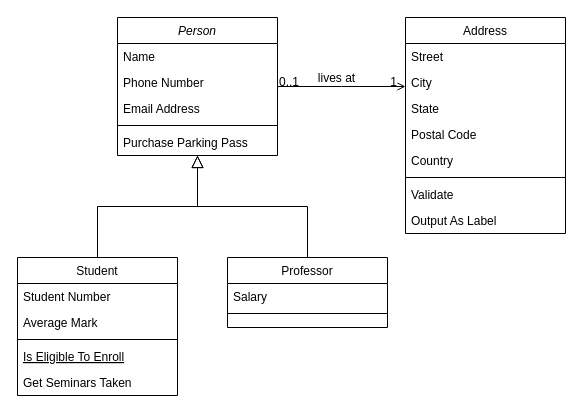
This is Untitled Diagram.drawio from KovalevichArtjom/rovensys, a draw.io file, before an edit. Source tidied: cells renumbered, new cells numbered last; positions are measured from the earlier drawing's top-left corner, leaving out a move shared by most shapes. Both pictures are drawn from the tidied source at 100%, with x=0, y=0 at pixel (17, 17).
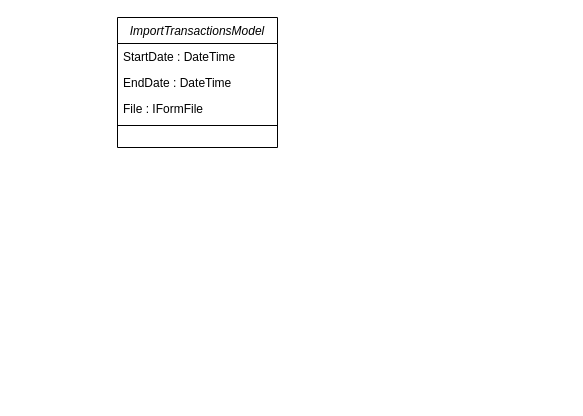
After the change.

Diff of the diagram source:
```diff
@@
-    <mxCell id="2" value="Person" style="swimlane;fontStyle=2;align=center;verticalAlign=top;horizontal=1;startSize=26;rounded=0;shadow=0;strokeWidth=1;" parent="1" vertex="1">
-      <mxGeometry x="100" width="160" height="138" as="geometry" />
+    <mxCell id="2" value="ImportTransactionsModel" style="swimlane;fontStyle=2;align=center;verticalAlign=top;horizontal=1;startSize=26;rounded=0;shadow=0;strokeWidth=1;" parent="1" vertex="1">
+      <mxGeometry x="100" width="160" height="130" as="geometry" />
     </mxCell>
-    <mxCell id="3" value="Name" style="text;align=left;verticalAlign=top;spacingLeft=4;spacingRight=4;overflow=hidden;" parent="2" vertex="1">
+    <mxCell id="3" value="StartDate : DateTime" style="text;align=left;verticalAlign=top;spacingLeft=4;spacingRight=4;overflow=hidden;" parent="2" vertex="1">
       <mxGeometry y="26" width="160" height="26" as="geometry" />
     </mxCell>
-    <mxCell id="4" value="Phone Number" style="text;align=left;verticalAlign=top;spacingLeft=4;spacingRight=4;overflow=hidden;rounded=0;shadow=0;html=0;" parent="2" vertex="1">
+    <mxCell id="4" value="EndDate : DateTime" style="text;align=left;verticalAlign=top;spacingLeft=4;spacingRight=4;overflow=hidden;rounded=0;shadow=0;html=0;" parent="2" vertex="1">
       <mxGeometry y="52" width="160" height="26" as="geometry" />
     </mxCell>
-    <mxCell id="5" value="Email Address" style="text;align=left;verticalAlign=top;spacingLeft=4;spacingRight=4;overflow=hidden;rounded=0;shadow=0;html=0;" parent="2" vertex="1">
+    <mxCell id="5" value="File : IFormFile" style="text;align=left;verticalAlign=top;spacingLeft=4;spacingRight=4;overflow=hidden;rounded=0;shadow=0;html=0;" parent="2" vertex="1">
       <mxGeometry y="78" width="160" height="26" as="geometry" />
     </mxCell>
@@
-    <mxCell id="7" value="Purchase Parking Pass" style="text;align=left;verticalAlign=top;spacingLeft=4;spacingRight=4;overflow=hidden;" parent="2" vertex="1">
-      <mxGeometry y="112" width="160" height="26" as="geometry" />
-    </mxCell>
-    <mxCell id="8" value="Student" style="swimlane;fontStyle=0;align=center;verticalAlign=top;horizontal=1;startSize=26;rounded=0;shadow=0;strokeWidth=1;" parent="1" vertex="1">
-      <mxGeometry y="240" width="160" height="138" as="geometry" />
-    </mxCell>
-    <mxCell id="9" value="Student Number" style="text;align=left;verticalAlign=top;spacingLeft=4;spacingRight=4;overflow=hidden;" parent="8" vertex="1">
-      <mxGeometry y="26" width="160" height="26" as="geometry" />
-    </mxCell>
-    <mxCell id="10" value="Average Mark" style="text;align=left;verticalAlign=top;spacingLeft=4;spacingRight=4;overflow=hidden;rounded=0;shadow=0;html=0;" parent="8" vertex="1">
-      <mxGeometry y="52" width="160" height="26" as="geometry" />
-    </mxCell>
-    <mxCell id="11" style="line;html=1;strokeWidth=1;align=left;verticalAlign=middle;spacingTop=-1;spacingLeft=3;spacingRight=3;labelPosition=right;" parent="8" vertex="1">
-      <mxGeometry y="78" width="160" height="8" as="geometry" />
-    </mxCell>
-    <mxCell id="12" value="Is Eligible To Enroll" style="text;align=left;verticalAlign=top;spacingLeft=4;spacingRight=4;overflow=hidden;fontStyle=4;" parent="8" vertex="1">
-      <mxGeometry y="86" width="160" height="26" as="geometry" />
-    </mxCell>
-    <mxCell id="13" value="Get Seminars Taken" style="text;align=left;verticalAlign=top;spacingLeft=4;spacingRight=4;overflow=hidden;" parent="8" vertex="1">
-      <mxGeometry y="112" width="160" height="26" as="geometry" />
-    </mxCell>
-    <mxCell id="14" style="endArrow=block;endSize=10;endFill=0;shadow=0;strokeWidth=1;rounded=0;edgeStyle=elbowEdgeStyle;elbow=vertical;" parent="1" edge="1" source="8" target="2">
-      <mxGeometry relative="1" as="geometry" />
-    </mxCell>
-    <mxCell id="15" value="Professor" style="swimlane;fontStyle=0;align=center;verticalAlign=top;horizontal=1;startSize=26;rounded=0;shadow=0;strokeWidth=1;" parent="1" vertex="1">
-      <mxGeometry x="210" y="240" width="160" height="70" as="geometry" />
-    </mxCell>
-    <mxCell id="16" value="Salary" style="text;align=left;verticalAlign=top;spacingLeft=4;spacingRight=4;overflow=hidden;" parent="15" vertex="1">
-      <mxGeometry y="26" width="160" height="26" as="geometry" />
-    </mxCell>
-    <mxCell id="17" style="line;html=1;strokeWidth=1;align=left;verticalAlign=middle;spacingTop=-1;spacingLeft=3;spacingRight=3;labelPosition=right;" parent="15" vertex="1">
-      <mxGeometry y="52" width="160" height="8" as="geometry" />
-    </mxCell>
-    <mxCell id="18" style="endArrow=block;endSize=10;endFill=0;shadow=0;strokeWidth=1;rounded=0;edgeStyle=elbowEdgeStyle;elbow=vertical;" parent="1" edge="1" source="15" target="2">
-      <mxGeometry relative="1" as="geometry" />
-    </mxCell>
-    <mxCell id="19" value="Address" style="swimlane;fontStyle=0;align=center;verticalAlign=top;horizontal=1;startSize=26;rounded=0;shadow=0;strokeWidth=1;" parent="1" vertex="1">
-      <mxGeometry x="388" width="160" height="216" as="geometry" />
-    </mxCell>
-    <mxCell id="20" value="Street" style="text;align=left;verticalAlign=top;spacingLeft=4;spacingRight=4;overflow=hidden;" parent="19" vertex="1">
-      <mxGeometry y="26" width="160" height="26" as="geometry" />
-    </mxCell>
-    <mxCell id="21" value="City" style="text;align=left;verticalAlign=top;spacingLeft=4;spacingRight=4;overflow=hidden;rounded=0;shadow=0;html=0;" parent="19" vertex="1">
-      <mxGeometry y="52" width="160" height="26" as="geometry" />
-    </mxCell>
-    <mxCell id="22" value="State" style="text;align=left;verticalAlign=top;spacingLeft=4;spacingRight=4;overflow=hidden;rounded=0;shadow=0;html=0;" parent="19" vertex="1">
-      <mxGeometry y="78" width="160" height="26" as="geometry" />
-    </mxCell>
-    <mxCell id="23" value="Postal Code" style="text;align=left;verticalAlign=top;spacingLeft=4;spacingRight=4;overflow=hidden;rounded=0;shadow=0;html=0;" parent="19" vertex="1">
-      <mxGeometry y="104" width="160" height="26" as="geometry" />
-    </mxCell>
-    <mxCell id="24" value="Country" style="text;align=left;verticalAlign=top;spacingLeft=4;spacingRight=4;overflow=hidden;rounded=0;shadow=0;html=0;" parent="19" vertex="1">
-      <mxGeometry y="130" width="160" height="26" as="geometry" />
-    </mxCell>
-    <mxCell id="25" style="line;html=1;strokeWidth=1;align=left;verticalAlign=middle;spacingTop=-1;spacingLeft=3;spacingRight=3;labelPosition=right;" parent="19" vertex="1">
-      <mxGeometry y="156" width="160" height="8" as="geometry" />
-    </mxCell>
-    <mxCell id="26" value="Validate" style="text;align=left;verticalAlign=top;spacingLeft=4;spacingRight=4;overflow=hidden;" parent="19" vertex="1">
-      <mxGeometry y="164" width="160" height="26" as="geometry" />
-    </mxCell>
-    <mxCell id="27" value="Output As Label" style="text;align=left;verticalAlign=top;spacingLeft=4;spacingRight=4;overflow=hidden;" parent="19" vertex="1">
-      <mxGeometry y="190" width="160" height="26" as="geometry" />
-    </mxCell>
-    <mxCell id="28" style="endArrow=open;shadow=0;strokeWidth=1;rounded=0;endFill=1;edgeStyle=elbowEdgeStyle;elbow=vertical;" parent="1" edge="1" source="2" target="19">
-      <mxGeometry x="0.5" y="41" relative="1" as="geometry">
-        <mxPoint x="-40" y="32" as="offset" />
-      </mxGeometry>
-    </mxCell>
-    <mxCell id="29" value="0..1" style="align=left;verticalAlign=bottom;labelBackgroundColor=none;fontSize=12;" parent="28" vertex="1">
-      <mxGeometry x="-1" relative="1" as="geometry">
-        <mxPoint y="4" as="offset" />
-      </mxGeometry>
-    </mxCell>
-    <mxCell id="30" value="1" style="align=right;verticalAlign=bottom;labelBackgroundColor=none;fontSize=12;" parent="28" vertex="1">
-      <mxGeometry x="1" relative="1" as="geometry">
-        <mxPoint x="-7" y="4" as="offset" />
-      </mxGeometry>
-    </mxCell>
-    <mxCell id="31" value="lives at" style="text;html=1;align=center;verticalAlign=middle;labelBackgroundColor=none;rounded=0;shadow=0;strokeWidth=1;fontSize=12;" parent="28" vertex="1">
-      <mxGeometry x="0.5" y="49" relative="1" as="geometry">
-        <mxPoint x="-38" y="40" as="offset" />
-      </mxGeometry>
-    </mxCell>
```
